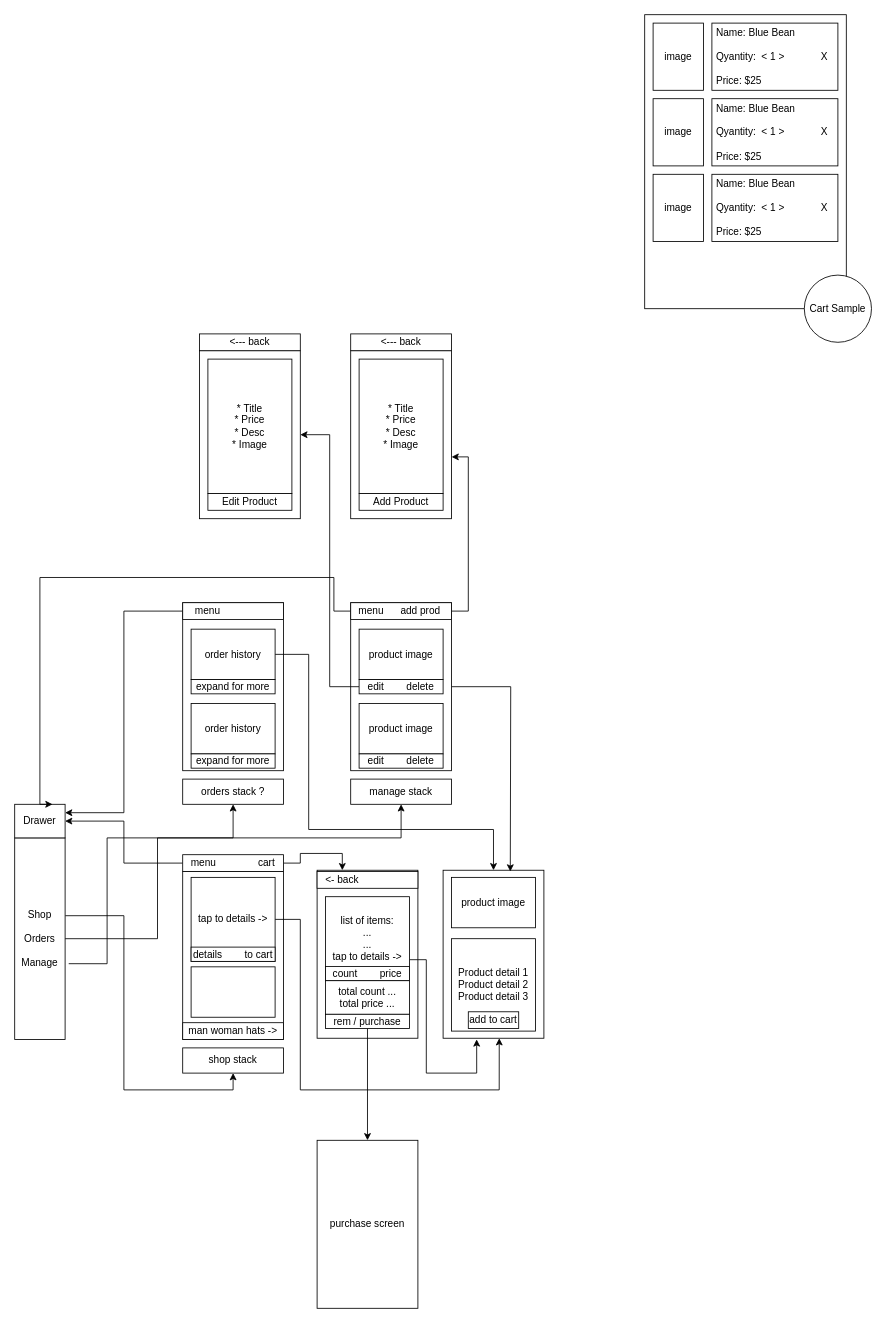
This is navigation.drawio from Tamplier2911/CrownClothingNative, a draw.io file, before an edit. Source tidied: cells renumbered, new cells numbered last; positions are measured from the earlier drawing's top-left corner, leaving out a move shared by most shapes. Both pictures are drawn from the tidied source at 84%, with x=0, y=0 at pixel (14, 14).
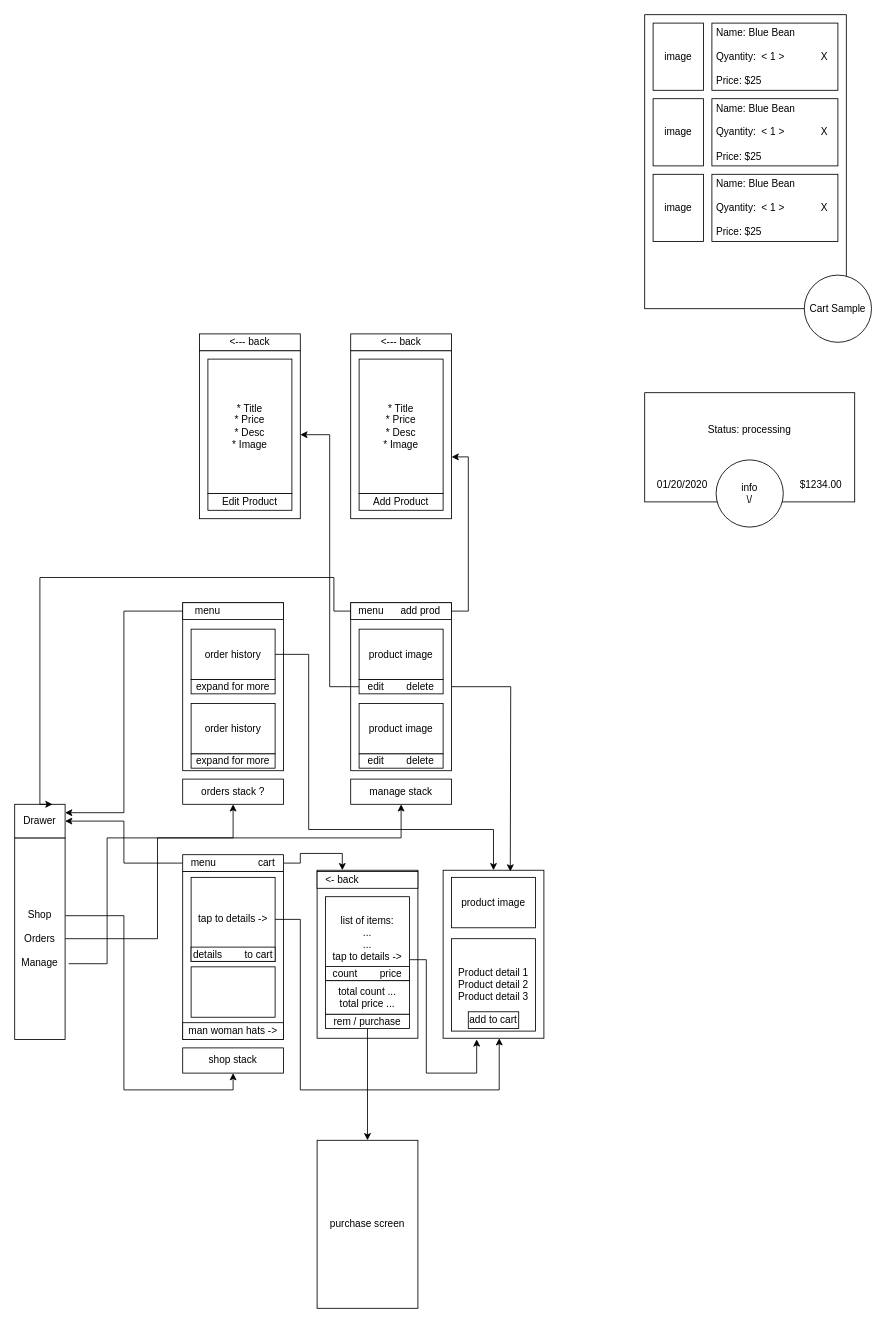
Above is the later version.

Diff of the diagram source:
```diff
@@
+    <mxCell id="67" style="rounded=0;whiteSpace=wrap;html=1;" parent="1" vertex="1">
+      <mxGeometry x="750" y="450" width="250" height="130" as="geometry" />
+    </mxCell>
+    <mxCell id="68" value="info&lt;br&gt;\/" style="ellipse;whiteSpace=wrap;html=1;" parent="1" vertex="1">
+      <mxGeometry x="835" y="530" width="80" height="80" as="geometry" />
+    </mxCell>
+    <mxCell id="69" value="$1234.00" style="text;html=1;strokeColor=none;fillColor=none;align=center;verticalAlign=middle;whiteSpace=wrap;rounded=0;" parent="1" vertex="1">
+      <mxGeometry x="920" y="540" width="80" height="40" as="geometry" />
+    </mxCell>
+    <mxCell id="70" value="01/20/2020" style="text;html=1;strokeColor=none;fillColor=none;align=center;verticalAlign=middle;whiteSpace=wrap;rounded=0;" parent="1" vertex="1">
+      <mxGeometry x="755" y="540" width="80" height="40" as="geometry" />
+    </mxCell>
+    <mxCell id="71" value="Status: processing" style="text;html=1;strokeColor=none;fillColor=none;align=center;verticalAlign=middle;whiteSpace=wrap;rounded=0;" parent="1" vertex="1">
+      <mxGeometry x="820" y="460" width="110" height="70" as="geometry" />
+    </mxCell>
```
